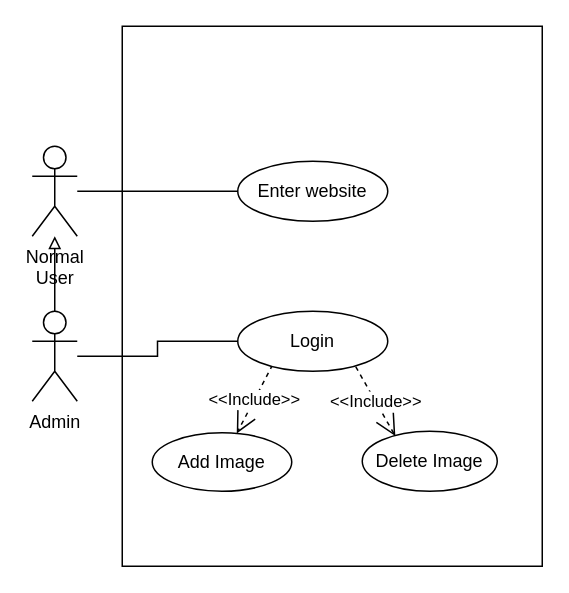
Earlier version of the draw.io diagram art-site-and-store-api/diagrams/usecase/UC.drawio (Kamiltlusty/art-site-and-store). Source tidied: cells renumbered, new cells numbered last; positions are measured from the earlier drawing's top-left corner, leaving out a move shared by most shapes. Both pictures are drawn from the tidied source at 150%, with x=0, y=0 at pixel (32, 26).
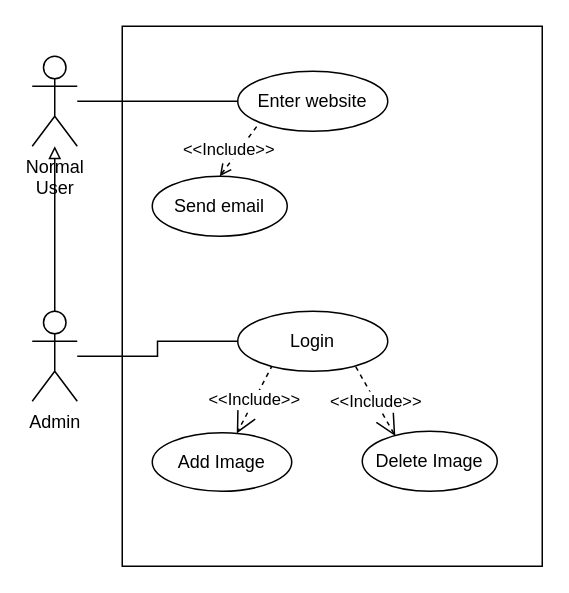
The same page after the edit.

What changed in the source:
```diff
@@
 <mxGraphModel>
   <root>
     <mxCell id="0" />
     <mxCell id="1" parent="0" />
     <mxCell id="2" style="edgeStyle=orthogonalEdgeStyle;rounded=0;jettySize=auto;html=1;endArrow=block;endFill=0;" parent="1" edge="1" source="4" target="7">
       <mxGeometry relative="1" as="geometry" />
     </mxCell>
     <mxCell id="3" style="edgeStyle=orthogonalEdgeStyle;rounded=0;jettySize=auto;html=1;endArrow=none;endFill=0;" parent="1" edge="1" source="4" target="12">
       <mxGeometry relative="1" as="geometry" />
     </mxCell>
     <mxCell id="4" value="Admin" style="shape=umlActor;verticalLabelPosition=bottom;verticalAlign=top;html=1;outlineConnect=0;" parent="1" vertex="1">
       <mxGeometry y="190" width="30" height="60" as="geometry" />
     </mxCell>
     <mxCell id="5" style="rounded=0;whiteSpace=wrap;html=1;fillColor=none;" parent="1" vertex="1">
       <mxGeometry x="60" width="280" height="360" as="geometry" />
     </mxCell>
     <mxCell id="6" style="edgeStyle=orthogonalEdgeStyle;rounded=0;jettySize=auto;html=1;endArrow=none;endFill=0;entryX=0;entryY=0.5;entryDx=0;entryDy=0;" parent="1" edge="1" source="7" target="13">
       <mxGeometry relative="1" as="geometry" />
     </mxCell>
     <mxCell id="7" value="Normal&lt;br&gt;User" style="shape=umlActor;verticalLabelPosition=bottom;verticalAlign=top;html=1;outlineConnect=0;" parent="1" vertex="1">
-      <mxGeometry y="80" width="30" height="60" as="geometry" />
+      <mxGeometry y="20" width="30" height="60" as="geometry" />
     </mxCell>
     <mxCell id="8" value="Add Image" style="ellipse;whiteSpace=wrap;html=1;align=center;newEdgeStyle={&quot;edgeStyle&quot;:&quot;entityRelationEdgeStyle&quot;,&quot;startArrow&quot;:&quot;none&quot;,&quot;endArrow&quot;:&quot;none&quot;,&quot;segment&quot;:10,&quot;curved&quot;:1,&quot;sourcePerimeterSpacing&quot;:0,&quot;targetPerimeterSpacing&quot;:0};" parent="1" vertex="1">
       <mxGeometry x="80" y="271" width="93" height="39" as="geometry" />
     </mxCell>
     <mxCell id="9" value="Delete Image" style="ellipse;whiteSpace=wrap;html=1;align=center;newEdgeStyle={&quot;edgeStyle&quot;:&quot;entityRelationEdgeStyle&quot;,&quot;startArrow&quot;:&quot;none&quot;,&quot;endArrow&quot;:&quot;none&quot;,&quot;segment&quot;:10,&quot;curved&quot;:1,&quot;sourcePerimeterSpacing&quot;:0,&quot;targetPerimeterSpacing&quot;:0};" parent="1" vertex="1">
       <mxGeometry x="220" y="270" width="90" height="40" as="geometry" />
     </mxCell>
     <mxCell id="10" value="&amp;lt;&amp;lt;Include&amp;gt;&amp;gt;" style="endArrow=open;endSize=12;dashed=1;html=1;rounded=0;exitX=0.232;exitY=0.894;exitDx=0;exitDy=0;exitPerimeter=0;" parent="1" edge="1" source="12" target="8">
-      <mxGeometry relative="1" as="geometry" />
+      <mxGeometry x="-0.01" relative="1" as="geometry" />
     </mxCell>
     <mxCell id="11" value="&amp;lt;&amp;lt;Include&amp;gt;&amp;gt;" style="endArrow=open;endSize=12;dashed=1;html=1;rounded=0;exitX=0.787;exitY=0.926;exitDx=0;exitDy=0;entryX=0.245;entryY=0.08;entryDx=0;entryDy=0;entryPerimeter=0;exitPerimeter=0;" parent="1" edge="1" source="12" target="9">
       <mxGeometry relative="1" as="geometry" />
     </mxCell>
     <mxCell id="12" value="Login" style="ellipse;whiteSpace=wrap;html=1;align=center;newEdgeStyle={&quot;edgeStyle&quot;:&quot;entityRelationEdgeStyle&quot;,&quot;startArrow&quot;:&quot;none&quot;,&quot;endArrow&quot;:&quot;none&quot;,&quot;segment&quot;:10,&quot;curved&quot;:1,&quot;sourcePerimeterSpacing&quot;:0,&quot;targetPerimeterSpacing&quot;:0};" parent="1" vertex="1">
       <mxGeometry x="137" y="190" width="100" height="40" as="geometry" />
     </mxCell>
     <mxCell id="13" value="Enter website" style="ellipse;whiteSpace=wrap;html=1;align=center;newEdgeStyle={&quot;edgeStyle&quot;:&quot;entityRelationEdgeStyle&quot;,&quot;startArrow&quot;:&quot;none&quot;,&quot;endArrow&quot;:&quot;none&quot;,&quot;segment&quot;:10,&quot;curved&quot;:1,&quot;sourcePerimeterSpacing&quot;:0,&quot;targetPerimeterSpacing&quot;:0};" parent="1" vertex="1">
-      <mxGeometry x="137" y="90" width="100" height="40" as="geometry" />
+      <mxGeometry x="137" y="30" width="100" height="40" as="geometry" />
     </mxCell>
+    <mxCell id="14" value="Send email" style="ellipse;whiteSpace=wrap;html=1;" parent="1" vertex="1">
+      <mxGeometry x="80" y="100" width="90" height="40" as="geometry" />
+    </mxCell>
+    <mxCell id="15" style="endArrow=none;dashed=1;html=1;rounded=0;exitX=0.5;exitY=0;exitDx=0;exitDy=0;entryX=0;entryY=1;entryDx=0;entryDy=0;endFill=0;startArrow=open;startFill=0;" parent="1" edge="1" source="14" target="13">
+      <mxGeometry relative="1" as="geometry" />
+    </mxCell>
+    <mxCell id="16" value="&amp;lt;&amp;lt;Include&amp;gt;&amp;gt;" style="edgeLabel;html=1;align=center;verticalAlign=middle;" parent="15" vertex="1">
+      <mxGeometry x="-0.19" y="6" relative="1" as="geometry" />
+    </mxCell>
   </root>
 </mxGraphModel>
```
